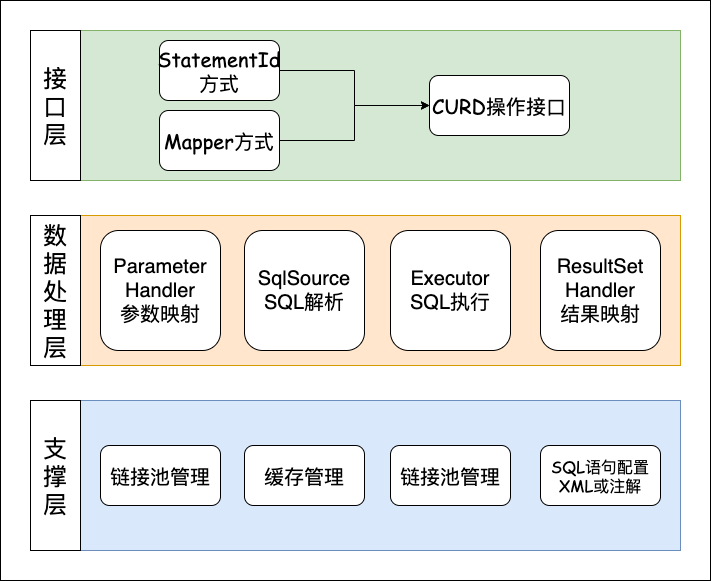
Rephilo/rephilo.github.io keeps this draw.io diagram as image/post/20210315/Mybatis架构.png. Above is the earlier version. Source tidied: cells renumbered, new cells last; positions are measured from the earlier drawing's top-left corner, leaving out a move shared by most shapes. Its diagram source:
```xml
<mxGraphModel>
  <root>
    <mxCell id="0" />
    <mxCell id="1" parent="0" />
    <mxCell id="2" style="rounded=0;whiteSpace=wrap;html=1;" parent="1" vertex="1">
      <mxGeometry width="710" height="580" as="geometry" />
    </mxCell>
    <mxCell id="3" style="rounded=0;whiteSpace=wrap;html=1;fillColor=#d5e8d4;strokeColor=#82b366;" parent="1" vertex="1">
      <mxGeometry x="80" y="30" width="600" height="150" as="geometry" />
    </mxCell>
    <mxCell id="4" style="rounded=0;whiteSpace=wrap;html=1;fillColor=#dae8fc;strokeColor=#6c8ebf;" parent="1" vertex="1">
      <mxGeometry x="80" y="400" width="600" height="150" as="geometry" />
    </mxCell>
    <mxCell id="5" style="rounded=0;whiteSpace=wrap;html=1;fillColor=#ffe6cc;strokeColor=#d79b00;" parent="1" vertex="1">
      <mxGeometry x="80" y="215" width="600" height="150" as="geometry" />
    </mxCell>
    <mxCell id="6" value="&lt;font style=&quot;font-size: 24px&quot; face=&quot;Comic Sans MS&quot;&gt;接&lt;br&gt;口&lt;br&gt;层&lt;/font&gt;" style="rounded=0;whiteSpace=wrap;html=1;" parent="1" vertex="1">
      <mxGeometry x="30" y="30" width="50" height="150" as="geometry" />
    </mxCell>
    <mxCell id="7" value="&lt;font style=&quot;font-size: 24px&quot; face=&quot;Comic Sans MS&quot;&gt;数&lt;br&gt;据&lt;br&gt;处&lt;br&gt;理&lt;br&gt;层&lt;/font&gt;" style="rounded=0;whiteSpace=wrap;html=1;" parent="1" vertex="1">
      <mxGeometry x="30" y="215" width="50" height="150" as="geometry" />
    </mxCell>
    <mxCell id="8" value="&lt;font face=&quot;Comic Sans MS&quot;&gt;&lt;span style=&quot;font-size: 24px&quot;&gt;支&lt;br&gt;撑&lt;br&gt;层&lt;/span&gt;&lt;/font&gt;" style="rounded=0;whiteSpace=wrap;html=1;" parent="1" vertex="1">
      <mxGeometry x="30" y="400" width="50" height="150" as="geometry" />
    </mxCell>
    <mxCell id="9" style="group;" parent="1" vertex="1">
      <mxGeometry x="159" y="40" width="410" height="130" as="geometry" />
    </mxCell>
    <mxCell id="10" value="&lt;font face=&quot;Comic Sans MS&quot; style=&quot;font-size: 20px&quot;&gt;CURD操作接口&lt;/font&gt;" style="rounded=1;whiteSpace=wrap;html=1;" parent="9" vertex="1">
      <mxGeometry x="270" y="35" width="140" height="60" as="geometry" />
    </mxCell>
    <mxCell id="11" style="edgeStyle=orthogonalEdgeStyle;rounded=0;jettySize=auto;html=1;exitX=1;exitY=0.5;exitDx=0;exitDy=0;entryX=0;entryY=0.5;entryDx=0;entryDy=0;" parent="9" edge="1" source="12" target="10">
      <mxGeometry relative="1" as="geometry" />
    </mxCell>
    <mxCell id="12" value="&lt;font face=&quot;Comic Sans MS&quot; style=&quot;font-size: 20px&quot;&gt;Mapper方式&lt;/font&gt;" style="rounded=1;whiteSpace=wrap;html=1;" parent="9" vertex="1">
      <mxGeometry y="70" width="120" height="60" as="geometry" />
    </mxCell>
    <mxCell id="13" style="edgeStyle=orthogonalEdgeStyle;rounded=0;jettySize=auto;html=1;exitX=1;exitY=0.5;exitDx=0;exitDy=0;" parent="9" edge="1" source="14" target="10">
      <mxGeometry relative="1" as="geometry" />
    </mxCell>
    <mxCell id="14" value="&lt;font face=&quot;Comic Sans MS&quot; style=&quot;font-size: 20px&quot;&gt;StatementId方式&lt;/font&gt;" style="rounded=1;whiteSpace=wrap;html=1;" parent="9" vertex="1">
      <mxGeometry width="120" height="60" as="geometry" />
    </mxCell>
    <mxCell id="15" value="&lt;font style=&quot;font-size: 20px&quot;&gt;Parameter&lt;br&gt;Handler&lt;br&gt;参数映射&lt;/font&gt;" style="rounded=1;whiteSpace=wrap;html=1;" parent="1" vertex="1">
      <mxGeometry x="100" y="230" width="120" height="120" as="geometry" />
    </mxCell>
    <mxCell id="16" value="&lt;font style=&quot;font-size: 20px&quot;&gt;SqlSource&lt;br&gt;SQL解析&lt;br&gt;&lt;/font&gt;" style="rounded=1;whiteSpace=wrap;html=1;" parent="1" vertex="1">
      <mxGeometry x="244" y="230" width="120" height="120" as="geometry" />
    </mxCell>
    <mxCell id="17" value="&lt;font style=&quot;font-size: 20px&quot;&gt;Executor&lt;br&gt;SQL执行&lt;br&gt;&lt;/font&gt;" style="rounded=1;whiteSpace=wrap;html=1;" parent="1" vertex="1">
      <mxGeometry x="390" y="230" width="120" height="120" as="geometry" />
    </mxCell>
    <mxCell id="18" value="&lt;font style=&quot;font-size: 20px&quot;&gt;ResultSet&lt;br&gt;Handler&lt;br&gt;结果映射&lt;/font&gt;" style="rounded=1;whiteSpace=wrap;html=1;" parent="1" vertex="1">
      <mxGeometry x="540" y="230" width="120" height="120" as="geometry" />
    </mxCell>
    <mxCell id="19" value="&lt;font style=&quot;font-size: 20px&quot; face=&quot;Comic Sans MS&quot;&gt;链接池管理&lt;/font&gt;" style="rounded=1;whiteSpace=wrap;html=1;" parent="1" vertex="1">
      <mxGeometry x="100" y="445" width="120" height="60" as="geometry" />
    </mxCell>
    <mxCell id="20" value="&lt;font style=&quot;font-size: 20px&quot; face=&quot;Comic Sans MS&quot;&gt;链接池管理&lt;/font&gt;" style="rounded=1;whiteSpace=wrap;html=1;" parent="1" vertex="1">
      <mxGeometry x="390" y="445" width="120" height="60" as="geometry" />
    </mxCell>
    <mxCell id="21" value="&lt;font style=&quot;font-size: 20px&quot; face=&quot;Comic Sans MS&quot;&gt;缓存管理&lt;/font&gt;" style="rounded=1;whiteSpace=wrap;html=1;" parent="1" vertex="1">
      <mxGeometry x="244" y="445" width="120" height="60" as="geometry" />
    </mxCell>
    <mxCell id="22" value="&lt;font face=&quot;Comic Sans MS&quot; style=&quot;font-size: 16px&quot;&gt;SQL语句配置&lt;br&gt;XML或注解&lt;/font&gt;" style="rounded=1;whiteSpace=wrap;html=1;" parent="1" vertex="1">
      <mxGeometry x="540" y="445" width="120" height="60" as="geometry" />
    </mxCell>
  </root>
</mxGraphModel>
```
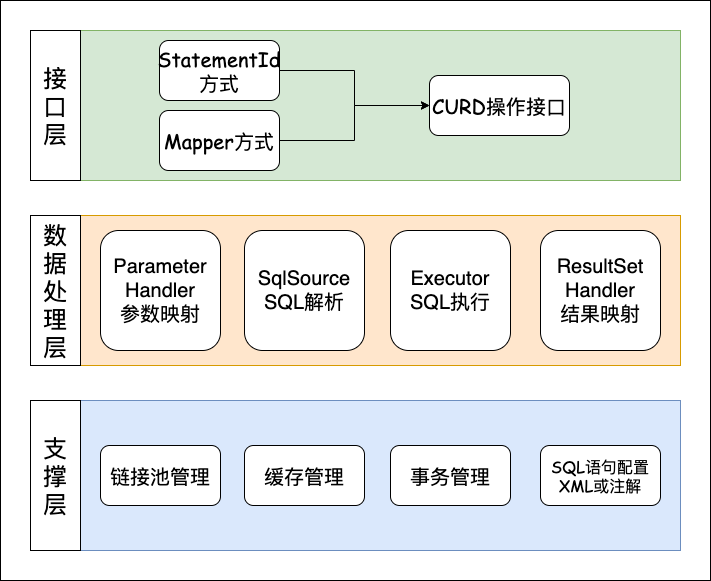
Later version of the same file.

The edit, as a diff of the source:
```diff
@@ -56,7 +56,7 @@
     <mxCell id="19" value="&lt;font style=&quot;font-size: 20px&quot; face=&quot;Comic Sans MS&quot;&gt;链接池管理&lt;/font&gt;" style="rounded=1;whiteSpace=wrap;html=1;" parent="1" vertex="1">
       <mxGeometry x="100" y="445" width="120" height="60" as="geometry" />
     </mxCell>
-    <mxCell id="20" value="&lt;font style=&quot;font-size: 20px&quot; face=&quot;Comic Sans MS&quot;&gt;链接池管理&lt;/font&gt;" style="rounded=1;whiteSpace=wrap;html=1;" parent="1" vertex="1">
+    <mxCell id="20" value="&lt;font style=&quot;font-size: 20px&quot; face=&quot;Comic Sans MS&quot;&gt;事务管理&lt;/font&gt;" style="rounded=1;whiteSpace=wrap;html=1;" parent="1" vertex="1">
       <mxGeometry x="390" y="445" width="120" height="60" as="geometry" />
     </mxCell>
     <mxCell id="21" value="&lt;font style=&quot;font-size: 20px&quot; face=&quot;Comic Sans MS&quot;&gt;缓存管理&lt;/font&gt;" style="rounded=1;whiteSpace=wrap;html=1;" parent="1" vertex="1">
```
